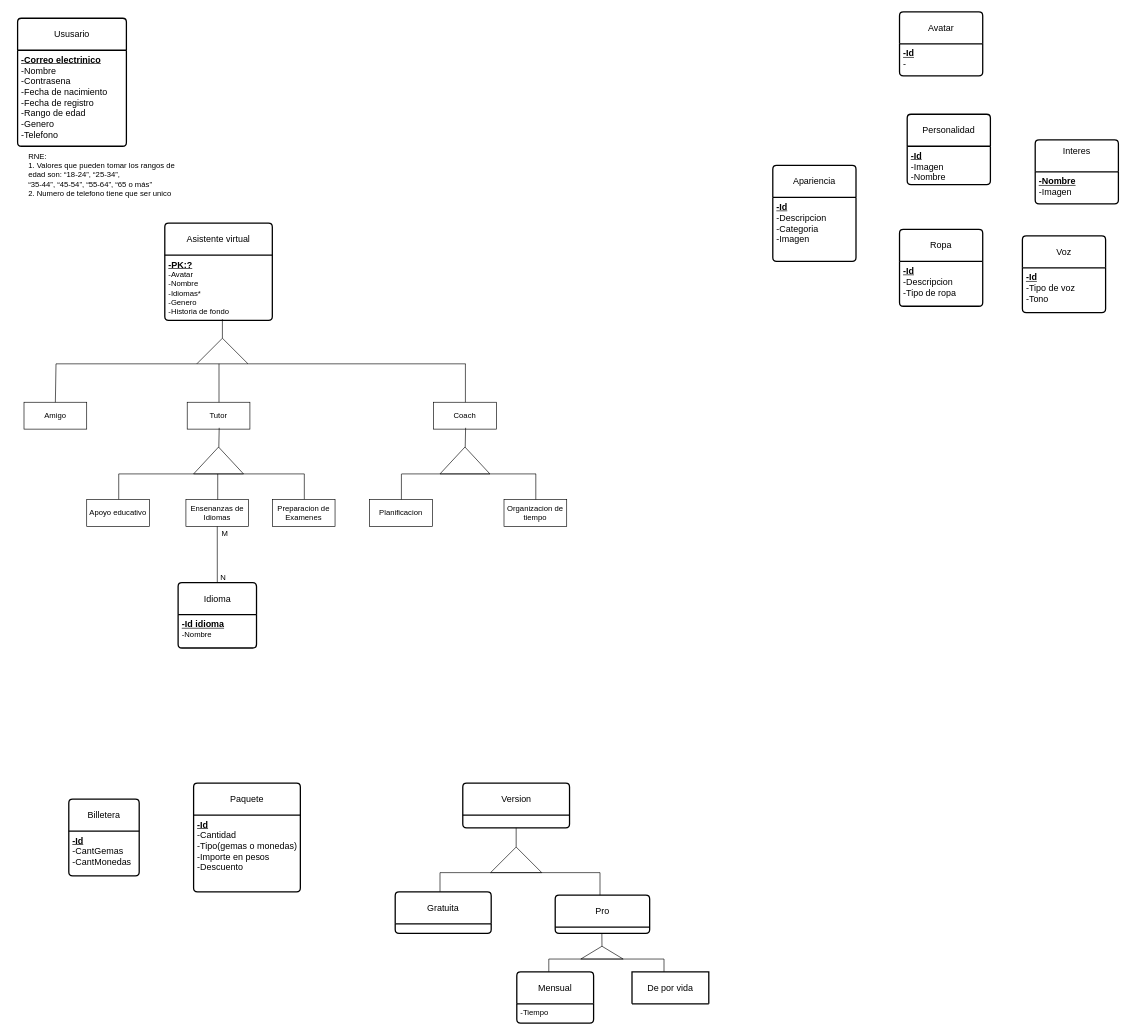
This is Untitled Diagram.drawio from Nicopiriz18/obligatorio_BD, a draw.io file, before an edit. Source tidied: cells renumbered, new cells numbered last; positions are measured from the earlier drawing's top-left corner, leaving out a move shared by most shapes. Both pictures are drawn from the tidied source at 64%, with x=0, y=0 at pixel (17, 12).
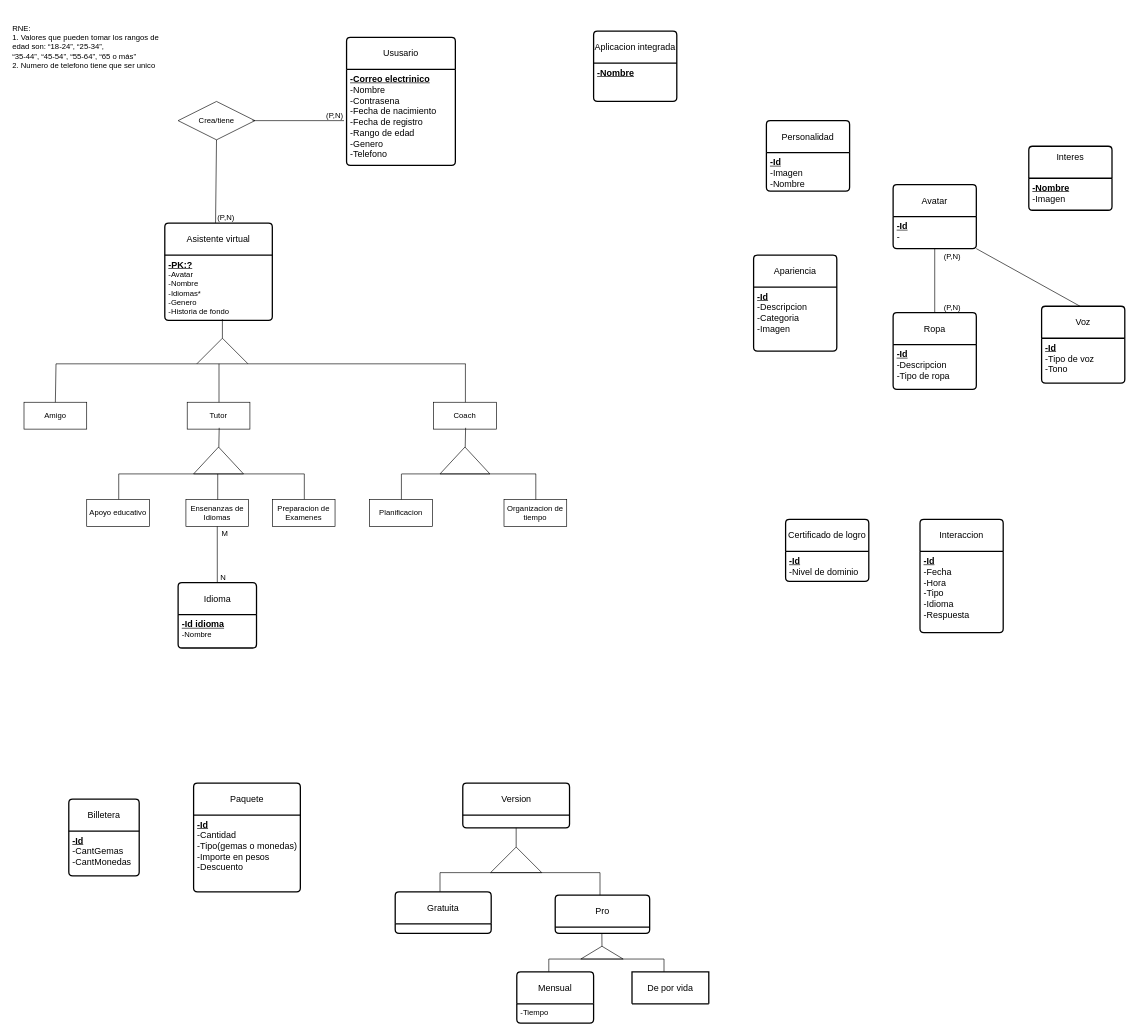
The same diagram, later.

Unchanged cells that the change refers to:
```xml
<mxCell id="4" value="Asistente virtual" style="swimlane;horizontal=1;startSize=50;rounded=1;fontSize=14;fontStyle=0;strokeWidth=2;shadow=0;dashed=0;align=center;arcSize=4;whiteSpace=wrap;html=1;" parent="1" vertex="1">
  <mxGeometry x="230" y="330" width="168" height="152" as="geometry" />
</mxCell>
<mxCell id="38" value="&lt;span style=&quot;font-weight: 700; text-decoration-line: underline; font-size: 14px;&quot;&gt;&lt;font style=&quot;font-size: 14px;&quot;&gt;-Id&lt;/font&gt;&lt;/span&gt;&lt;div style=&quot;font-size: 14px;&quot;&gt;&lt;font style=&quot;font-size: 14px;&quot;&gt;-&lt;/font&gt;&lt;span style=&quot;font-size: 13px; font-weight: 700; text-decoration-line: underline;&quot;&gt;&lt;br&gt;&lt;/span&gt;&lt;/div&gt;" style="align=left;strokeColor=none;fillColor=none;spacingLeft=4;fontSize=12;verticalAlign=top;html=1;" parent="37" vertex="1">
  <mxGeometry y="50" width="130" height="50" as="geometry" />
</mxCell>
```

Change to the diagram source:
```diff
@@
     <mxCell id="2" value="Ususario" style="swimlane;horizontal=1;startSize=50;rounded=1;fontSize=14;fontStyle=0;strokeWidth=2;shadow=0;dashed=0;align=center;arcSize=4;whiteSpace=wrap;html=1;" parent="1" vertex="1">
-      <mxGeometry y="10" width="170" height="200" as="geometry" />
+      <mxGeometry x="514" y="40" width="170" height="200" as="geometry" />
     </mxCell>
@@
     <mxCell id="37" value="Avatar" style="swimlane;horizontal=1;startSize=50;rounded=1;fontSize=14;fontStyle=0;strokeWidth=2;shadow=0;dashed=0;align=center;arcSize=4;whiteSpace=wrap;html=1;" parent="1" vertex="1">
-      <mxGeometry x="1378" width="130" height="100" as="geometry" />
+      <mxGeometry x="1368" y="270" width="130" height="100" as="geometry" />
     </mxCell>
@@
     <mxCell id="39" value="Personalidad" style="swimlane;horizontal=1;startSize=50;rounded=1;fontSize=14;fontStyle=0;strokeWidth=2;shadow=0;dashed=0;align=center;arcSize=4;whiteSpace=wrap;html=1;" parent="1" vertex="1">
-      <mxGeometry x="1390" y="160" width="130" height="110" as="geometry" />
+      <mxGeometry x="1170" y="170" width="130" height="110" as="geometry" />
     </mxCell>
@@
     <mxCell id="41" value="Interes&lt;div&gt;&lt;br&gt;&lt;/div&gt;" style="swimlane;horizontal=1;startSize=50;rounded=1;fontSize=14;fontStyle=0;strokeWidth=2;shadow=0;dashed=0;align=center;arcSize=4;whiteSpace=wrap;html=1;" parent="1" vertex="1">
-      <mxGeometry x="1590" y="200" width="130" height="100" as="geometry" />
+      <mxGeometry x="1580" y="210" width="130" height="100" as="geometry" />
     </mxCell>
@@
     <mxCell id="43" value="Apariencia" style="swimlane;horizontal=1;startSize=50;rounded=1;fontSize=14;fontStyle=0;strokeWidth=2;shadow=0;dashed=0;align=center;arcSize=4;whiteSpace=wrap;html=1;" parent="1" vertex="1">
-      <mxGeometry x="1180" y="240" width="130" height="150" as="geometry" />
+      <mxGeometry x="1150" y="380" width="130" height="150" as="geometry" />
     </mxCell>
@@
     <mxCell id="45" value="Ropa" style="swimlane;horizontal=1;startSize=50;rounded=1;fontSize=14;fontStyle=0;strokeWidth=2;shadow=0;dashed=0;align=center;arcSize=4;whiteSpace=wrap;html=1;" parent="1" vertex="1">
-      <mxGeometry x="1378" y="340" width="130" height="120" as="geometry" />
+      <mxGeometry x="1368" y="470" width="130" height="120" as="geometry" />
     </mxCell>
@@
     <mxCell id="47" value="RNE:&lt;br&gt;1. Valores que pueden tomar los rangos de edad son:&amp;nbsp;“18-24”, “25-34”,&lt;br&gt;“35-44”, “45-54”, “55-64”, “65 o más”&lt;div&gt;2. Numero de telefono tiene que ser unico&lt;/div&gt;" style="text;html=1;align=left;verticalAlign=middle;whiteSpace=wrap;rounded=0;" parent="1" vertex="1">
-      <mxGeometry x="15" y="240" width="240" height="30" as="geometry" />
+      <mxGeometry x="-10" y="40" width="240" height="30" as="geometry" />
     </mxCell>
     <mxCell id="48" value="Voz" style="swimlane;horizontal=1;startSize=50;rounded=1;fontSize=14;fontStyle=0;strokeWidth=2;shadow=0;dashed=0;align=center;arcSize=4;whiteSpace=wrap;html=1;" parent="1" vertex="1">
-      <mxGeometry x="1570" y="350" width="130" height="120" as="geometry" />
+      <mxGeometry x="1600" y="460" width="130" height="120" as="geometry" />
     </mxCell>
@@
+    <mxCell id="72" value="Interaccion" style="swimlane;horizontal=1;startSize=50;rounded=1;fontSize=14;fontStyle=0;strokeWidth=2;shadow=0;dashed=0;align=center;arcSize=4;whiteSpace=wrap;html=1;" parent="1" vertex="1">
+      <mxGeometry x="1410" y="793" width="130" height="177" as="geometry" />
+    </mxCell>
+    <mxCell id="73" value="&lt;span style=&quot;font-weight: 700; text-decoration-line: underline; font-size: 14px;&quot;&gt;&lt;font style=&quot;font-size: 14px;&quot;&gt;-Id&lt;/font&gt;&lt;/span&gt;&lt;div style=&quot;font-size: 14px;&quot;&gt;&lt;font style=&quot;font-size: 14px;&quot;&gt;-Fecha&lt;/font&gt;&lt;span style=&quot;font-size: 13px; font-weight: 700; text-decoration-line: underline;&quot;&gt;&lt;br&gt;&lt;/span&gt;&lt;/div&gt;&lt;div style=&quot;font-size: 14px;&quot;&gt;&lt;font style=&quot;font-size: 14px;&quot;&gt;-Hora&lt;/font&gt;&lt;/div&gt;&lt;div style=&quot;font-size: 14px;&quot;&gt;&lt;font style=&quot;font-size: 14px;&quot;&gt;-Tipo&lt;/font&gt;&lt;/div&gt;&lt;div style=&quot;font-size: 14px;&quot;&gt;&lt;font style=&quot;font-size: 14px;&quot;&gt;-Idioma&lt;/font&gt;&lt;/div&gt;&lt;div style=&quot;font-size: 14px;&quot;&gt;&lt;font style=&quot;font-size: 14px;&quot;&gt;-Respuesta&lt;/font&gt;&lt;/div&gt;" style="align=left;strokeColor=none;fillColor=none;spacingLeft=4;fontSize=12;verticalAlign=top;html=1;" parent="72" vertex="1">
+      <mxGeometry y="50" width="130" height="127" as="geometry" />
+    </mxCell>
+    <mxCell id="74" value="Certificado de logro" style="swimlane;horizontal=1;startSize=50;rounded=1;fontSize=14;fontStyle=0;strokeWidth=2;shadow=0;dashed=0;align=center;arcSize=4;whiteSpace=wrap;html=1;" parent="1" vertex="1">
+      <mxGeometry x="1200" y="793" width="130" height="97" as="geometry" />
+    </mxCell>
+    <mxCell id="75" value="&lt;span style=&quot;font-size: 14px;&quot;&gt;&lt;b&gt;&lt;u&gt;-Id&lt;/u&gt;&lt;/b&gt;&lt;/span&gt;&lt;div&gt;&lt;span style=&quot;font-size: 14px;&quot;&gt;-Nivel de dominio&lt;/span&gt;&lt;/div&gt;" style="align=left;strokeColor=none;fillColor=none;spacingLeft=4;fontSize=12;verticalAlign=top;html=1;" parent="74" vertex="1">
+      <mxGeometry y="50" width="130" height="47" as="geometry" />
+    </mxCell>
+    <mxCell id="76" value="Crea/tiene" style="shape=rhombus;perimeter=rhombusPerimeter;whiteSpace=wrap;html=1;align=center;" parent="1" vertex="1">
+      <mxGeometry x="250.8" y="140" width="120" height="60" as="geometry" />
+    </mxCell>
+    <mxCell id="77" style="endArrow=none;html=1;rounded=0;" parent="1" edge="1">
+      <mxGeometry relative="1" as="geometry">
+        <mxPoint x="367" y="170" as="sourcePoint" />
+        <mxPoint x="510" y="170" as="targetPoint" />
+      </mxGeometry>
+    </mxCell>
+    <mxCell id="78" style="endArrow=none;html=1;rounded=0;exitX=0.5;exitY=1;exitDx=0;exitDy=0;entryX=0.472;entryY=-0.001;entryDx=0;entryDy=0;entryPerimeter=0;" parent="1" edge="1" source="76" target="4">
+      <mxGeometry relative="1" as="geometry" />
+    </mxCell>
+    <mxCell id="79" value="Aplicacion integrada" style="swimlane;horizontal=1;startSize=50;rounded=1;fontSize=14;fontStyle=0;strokeWidth=2;shadow=0;dashed=0;align=center;arcSize=4;whiteSpace=wrap;html=1;" parent="1" vertex="1">
+      <mxGeometry x="900" y="30" width="130" height="110" as="geometry" />
+    </mxCell>
+    <mxCell id="80" value="&lt;span style=&quot;font-weight: 700; text-decoration-line: underline; font-size: 14px;&quot;&gt;&lt;font style=&quot;font-size: 14px;&quot;&gt;-Nombre&lt;/font&gt;&lt;/span&gt;" style="align=left;strokeColor=none;fillColor=none;spacingLeft=4;fontSize=12;verticalAlign=top;html=1;" parent="79" vertex="1">
+      <mxGeometry y="50" width="130" height="60" as="geometry" />
+    </mxCell>
+    <mxCell id="81" value="(P,N&lt;span style=&quot;background-color: initial;&quot;&gt;)&lt;/span&gt;" style="html=1;whiteSpace=wrap;align=right;verticalAlign=bottom;" parent="1" vertex="1">
+      <mxGeometry x="340" y="330" as="geometry" />
+    </mxCell>
+    <mxCell id="82" value="(P,N&lt;span style=&quot;background-color: initial;&quot;&gt;)&lt;/span&gt;" style="html=1;whiteSpace=wrap;align=right;verticalAlign=bottom;" parent="1" vertex="1">
+      <mxGeometry x="510" y="170" as="geometry" />
+    </mxCell>
+    <mxCell id="83" style="endArrow=none;html=1;rounded=0;exitX=0.5;exitY=0;exitDx=0;exitDy=0;entryX=0.5;entryY=1;entryDx=0;entryDy=0;" parent="1" edge="1" source="45" target="38">
+      <mxGeometry relative="1" as="geometry" />
+    </mxCell>
+    <mxCell id="84" value="(P,N&lt;span style=&quot;background-color: initial;&quot;&gt;)&lt;/span&gt;" style="html=1;whiteSpace=wrap;align=right;verticalAlign=bottom;" parent="1" vertex="1">
+      <mxGeometry x="1475" y="470" as="geometry" />
+    </mxCell>
+    <mxCell id="85" value="(P,N&lt;span style=&quot;background-color: initial;&quot;&gt;)&lt;/span&gt;" style="html=1;whiteSpace=wrap;align=right;verticalAlign=bottom;" parent="1" vertex="1">
+      <mxGeometry x="1475" y="390" as="geometry" />
+    </mxCell>
+    <mxCell id="86" style="endArrow=none;html=1;rounded=0;entryX=0.462;entryY=0;entryDx=0;entryDy=0;entryPerimeter=0;" parent="1" edge="1" target="48">
+      <mxGeometry relative="1" as="geometry">
+        <mxPoint x="1498" y="370" as="sourcePoint" />
+      </mxGeometry>
+    </mxCell>
```
